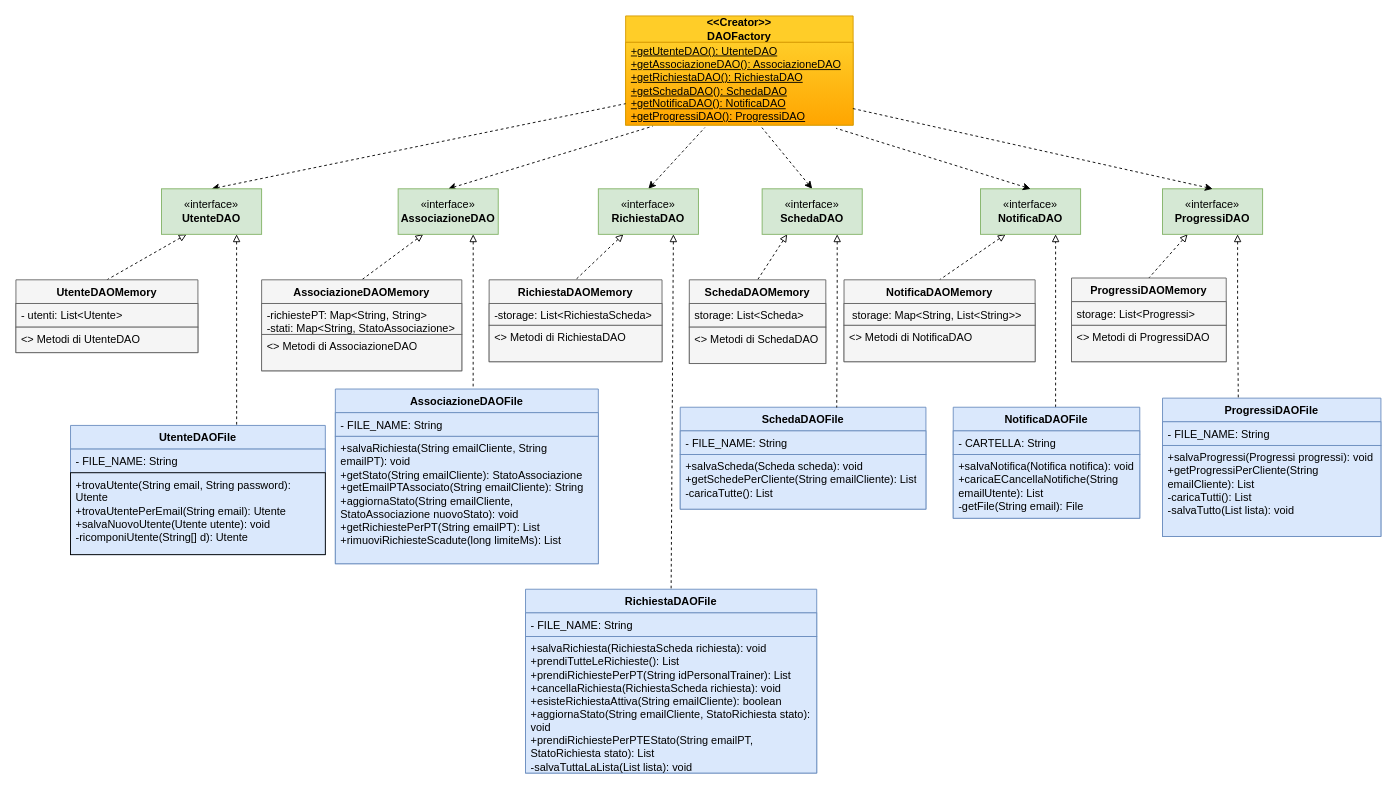
Earlier version of the draw.io diagram Design Level/DAOFactoryDL.drawio (FedericoSib/FitPlan). Source tidied: cells renumbered, new cells numbered last; positions are measured from the earlier drawing's top-left corner, leaving out a move shared by most shapes. Both pictures are drawn from the tidied source at 91%, with x=0, y=0 at pixel (15, 15).
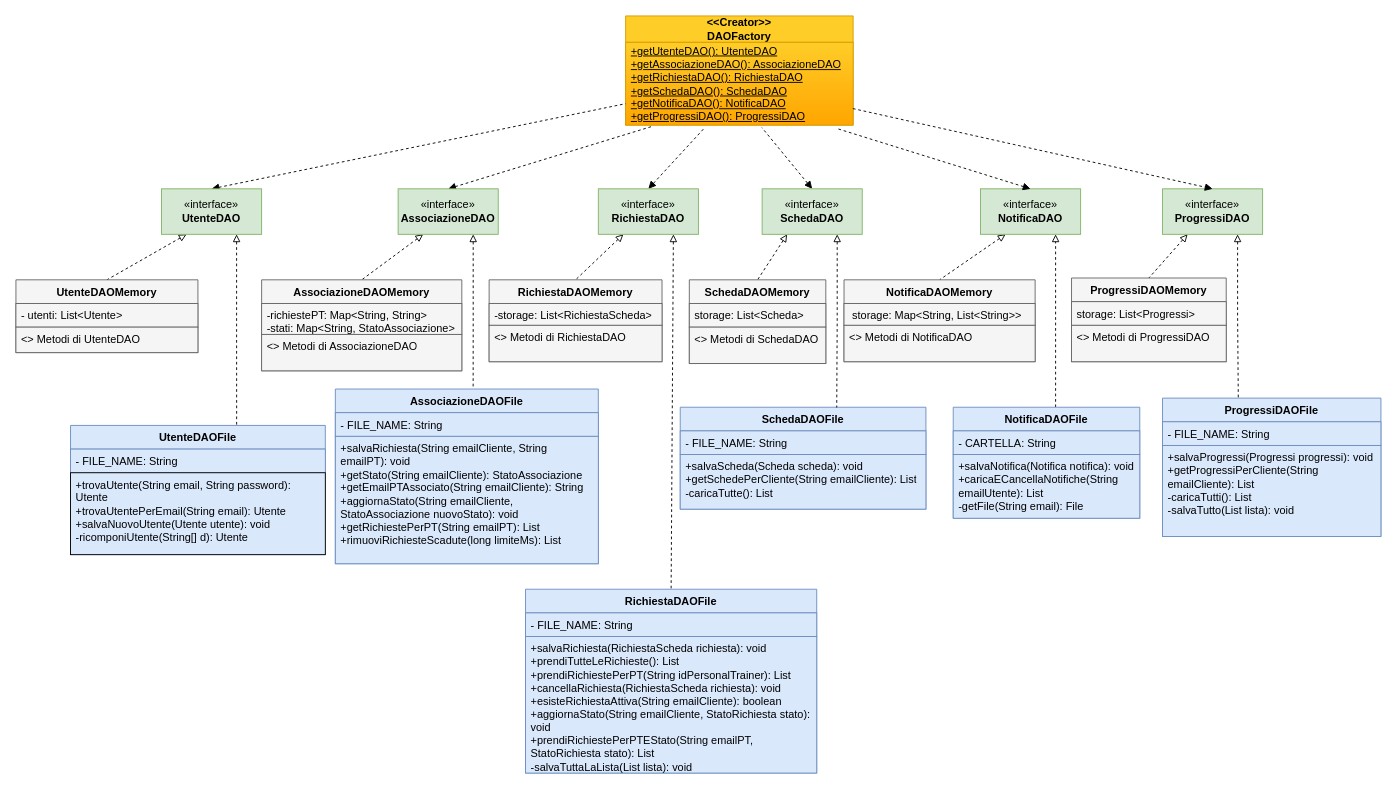
The same page after the edit.

Unchanged cells that the change refers to:
```xml
<mxCell id="3" value="&lt;div align=&quot;left&quot;&gt;&lt;u&gt;+getUtenteDAO(): UtenteDAO&lt;br&gt;    +getAssociazioneDAO(): AssociazioneDAO&lt;br&gt;    +getRichiestaDAO(): RichiestaDAO&lt;br&gt;    +getSchedaDAO(): SchedaDAO&lt;/u&gt;&lt;/div&gt;&lt;div align=&quot;left&quot;&gt;&lt;u&gt;+getNotificaDAO(): NotificaDAO&lt;/u&gt;&lt;/div&gt;&lt;div align=&quot;left&quot;&gt;&lt;u&gt;+getProgressiDAO(): ProgressiDAO&lt;/u&gt;&lt;/div&gt;" style="text;html=1;strokeColor=#d79b00;fillColor=#ffcd28;align=left;verticalAlign=middle;spacingLeft=4;spacingRight=4;overflow=hidden;points=[[0,0.5],[1,0.5]];portConstraint=eastwest;whiteSpace=wrap;gradientColor=#ffa500;" parent="2" vertex="1">
  <mxGeometry y="29" width="250" height="91" as="geometry" />
</mxCell>
<mxCell id="10" value="«interface»&lt;br&gt;&lt;b&gt;RichiestaDAO&lt;/b&gt;" style="html=1;whiteSpace=wrap;fillColor=#d5e8d4;gradientColor=none;strokeColor=#82b366;" parent="1" vertex="1">
  <mxGeometry x="640" y="190" width="110" height="50" as="geometry" />
</mxCell>
<mxCell id="18" value="&lt;div&gt;«interface»&lt;/div&gt;&lt;div&gt;&lt;b&gt;AssociazioneDAO&lt;/b&gt;&lt;/div&gt;" style="html=1;whiteSpace=wrap;fillColor=#d5e8d4;gradientColor=none;strokeColor=#82b366;" parent="1" vertex="1">
  <mxGeometry x="420" y="190" width="110" height="50" as="geometry" />
</mxCell>
<mxCell id="26" value="«interface»&lt;br&gt;&lt;b&gt;UtenteDAO&lt;/b&gt;" style="html=1;whiteSpace=wrap;fillColor=#d5e8d4;strokeColor=#82b366;gradientColor=none;" parent="1" vertex="1">
  <mxGeometry x="160" y="190" width="110" height="50" as="geometry" />
</mxCell>
<mxCell id="34" value="&lt;div&gt;«interface»&lt;b&gt;&lt;br&gt;&lt;/b&gt;&lt;/div&gt;&lt;div&gt;&lt;b&gt;SchedaDAO&lt;/b&gt;&lt;/div&gt;" style="html=1;whiteSpace=wrap;fillColor=#d5e8d4;gradientColor=none;strokeColor=#82b366;" parent="1" vertex="1">
  <mxGeometry x="820" y="190" width="110" height="50" as="geometry" />
</mxCell>
<mxCell id="42" value="&lt;div&gt;«interface»&lt;/div&gt;&lt;div&gt;&lt;b&gt;NotificaDAO&lt;/b&gt;&lt;/div&gt;" style="html=1;whiteSpace=wrap;fillColor=#d5e8d4;gradientColor=none;strokeColor=#82b366;" parent="1" vertex="1">
  <mxGeometry x="1060" y="190" width="110" height="50" as="geometry" />
</mxCell>
<mxCell id="51" value="&lt;div&gt;«interface»&lt;/div&gt;&lt;div&gt;&lt;b&gt;ProgressiDAO&lt;/b&gt;&lt;/div&gt;" style="html=1;whiteSpace=wrap;fillColor=#d5e8d4;gradientColor=none;strokeColor=#82b366;" parent="1" vertex="1">
  <mxGeometry x="1260" y="190" width="110" height="50" as="geometry" />
</mxCell>
```

The edit, as a diff of the source:
```diff
@@
-    <mxCell id="4" style="rounded=0;jettySize=auto;html=1;entryX=0.119;entryY=1.013;entryDx=0;entryDy=0;startArrow=classic;startFill=1;endArrow=none;endFill=0;dashed=1;exitX=0.5;exitY=0;exitDx=0;exitDy=0;entryPerimeter=0;" parent="1" edge="1" source="18" target="3">
+    <mxCell id="4" style="rounded=0;jettySize=auto;html=1;entryX=0.119;entryY=1.013;entryDx=0;entryDy=0;startArrow=block;startFill=1;endArrow=none;endFill=0;dashed=1;exitX=0.5;exitY=0;exitDx=0;exitDy=0;entryPerimeter=0;" parent="1" edge="1" source="18" target="3">
       <mxGeometry relative="1" as="geometry" />
     </mxCell>
-    <mxCell id="5" style="rounded=0;jettySize=auto;html=1;entryX=0.348;entryY=1.03;entryDx=0;entryDy=0;endArrow=none;endFill=0;dashed=1;exitX=0.5;exitY=0;exitDx=0;exitDy=0;entryPerimeter=0;startArrow=classic;startFill=1;" parent="1" edge="1" source="10" target="3">
+    <mxCell id="5" style="rounded=0;jettySize=auto;html=1;entryX=0.348;entryY=1.03;entryDx=0;entryDy=0;endArrow=none;endFill=0;dashed=1;exitX=0.5;exitY=0;exitDx=0;exitDy=0;entryPerimeter=0;startArrow=block;startFill=1;" parent="1" edge="1" source="10" target="3">
       <mxGeometry relative="1" as="geometry" />
     </mxCell>
-    <mxCell id="6" style="rounded=0;jettySize=auto;html=1;entryX=0.599;entryY=1.03;entryDx=0;entryDy=0;endArrow=none;endFill=0;dashed=1;exitX=0.5;exitY=0;exitDx=0;exitDy=0;entryPerimeter=0;startArrow=classic;startFill=1;" parent="1" edge="1" source="34" target="3">
+    <mxCell id="6" style="rounded=0;jettySize=auto;html=1;entryX=0.599;entryY=1.03;entryDx=0;entryDy=0;endArrow=none;endFill=0;dashed=1;exitX=0.5;exitY=0;exitDx=0;exitDy=0;entryPerimeter=0;startArrow=block;startFill=1;" parent="1" edge="1" source="34" target="3">
       <mxGeometry relative="1" as="geometry" />
     </mxCell>
-    <mxCell id="7" style="rounded=0;jettySize=auto;html=1;entryX=0;entryY=0.741;entryDx=0;entryDy=0;entryPerimeter=0;endArrow=none;endFill=0;dashed=1;exitX=0.5;exitY=0;exitDx=0;exitDy=0;startArrow=classic;startFill=1;" parent="1" edge="1" source="26" target="3">
+    <mxCell id="7" style="rounded=0;jettySize=auto;html=1;entryX=0;entryY=0.741;entryDx=0;entryDy=0;entryPerimeter=0;endArrow=none;endFill=0;dashed=1;exitX=0.5;exitY=0;exitDx=0;exitDy=0;startArrow=block;startFill=1;" parent="1" edge="1" source="26" target="3">
       <mxGeometry relative="1" as="geometry" />
     </mxCell>
@@
-    <mxCell id="58" style="rounded=0;jettySize=auto;html=1;exitX=0.999;exitY=0.8;exitDx=0;exitDy=0;entryX=0.5;entryY=0;entryDx=0;entryDy=0;dashed=1;startArrow=none;startFill=0;endArrow=classic;endFill=1;exitPerimeter=0;" parent="1" edge="1" source="3" target="51">
+    <mxCell id="58" style="rounded=0;jettySize=auto;html=1;exitX=0.999;exitY=0.8;exitDx=0;exitDy=0;entryX=0.5;entryY=0;entryDx=0;entryDy=0;dashed=1;startArrow=none;startFill=0;endArrow=block;endFill=1;exitPerimeter=0;" parent="1" edge="1" source="3" target="51">
       <mxGeometry relative="1" as="geometry" />
     </mxCell>
-    <mxCell id="59" style="rounded=0;jettySize=auto;html=1;entryX=0.925;entryY=1.038;entryDx=0;entryDy=0;entryPerimeter=0;endArrow=none;endFill=0;dashed=1;startArrow=classic;startFill=1;exitX=0.5;exitY=0;exitDx=0;exitDy=0;" parent="1" edge="1" source="42" target="3">
+    <mxCell id="59" style="rounded=0;jettySize=auto;html=1;entryX=0.925;entryY=1.038;entryDx=0;entryDy=0;entryPerimeter=0;endArrow=none;endFill=0;dashed=1;startArrow=block;startFill=1;exitX=0.5;exitY=0;exitDx=0;exitDy=0;" parent="1" edge="1" source="42" target="3">
       <mxGeometry relative="1" as="geometry" />
     </mxCell>
```
